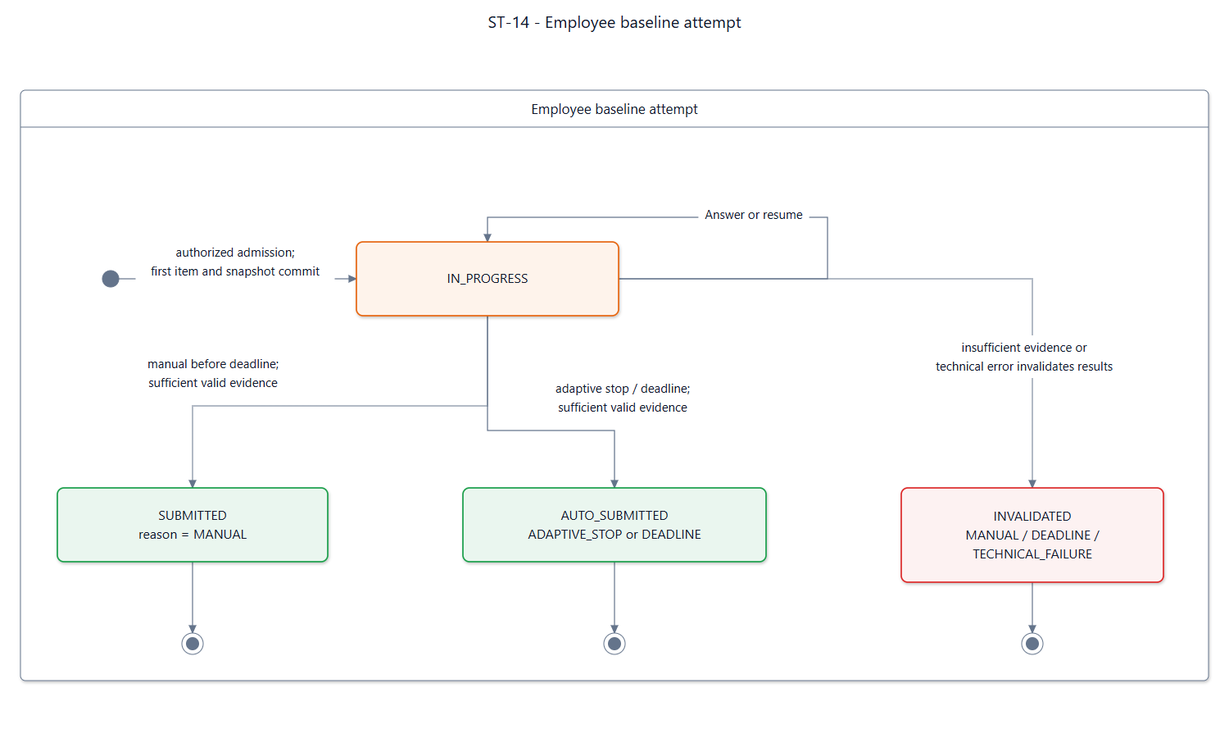
Earlier version of the Mermaid export documents/diagrams/mermaid/st-14.png (SEP490-Fall-2026-GFA26SE64/SEP490). Its source is kept beside it as documents/diagrams/mermaid/st-14.mmd.
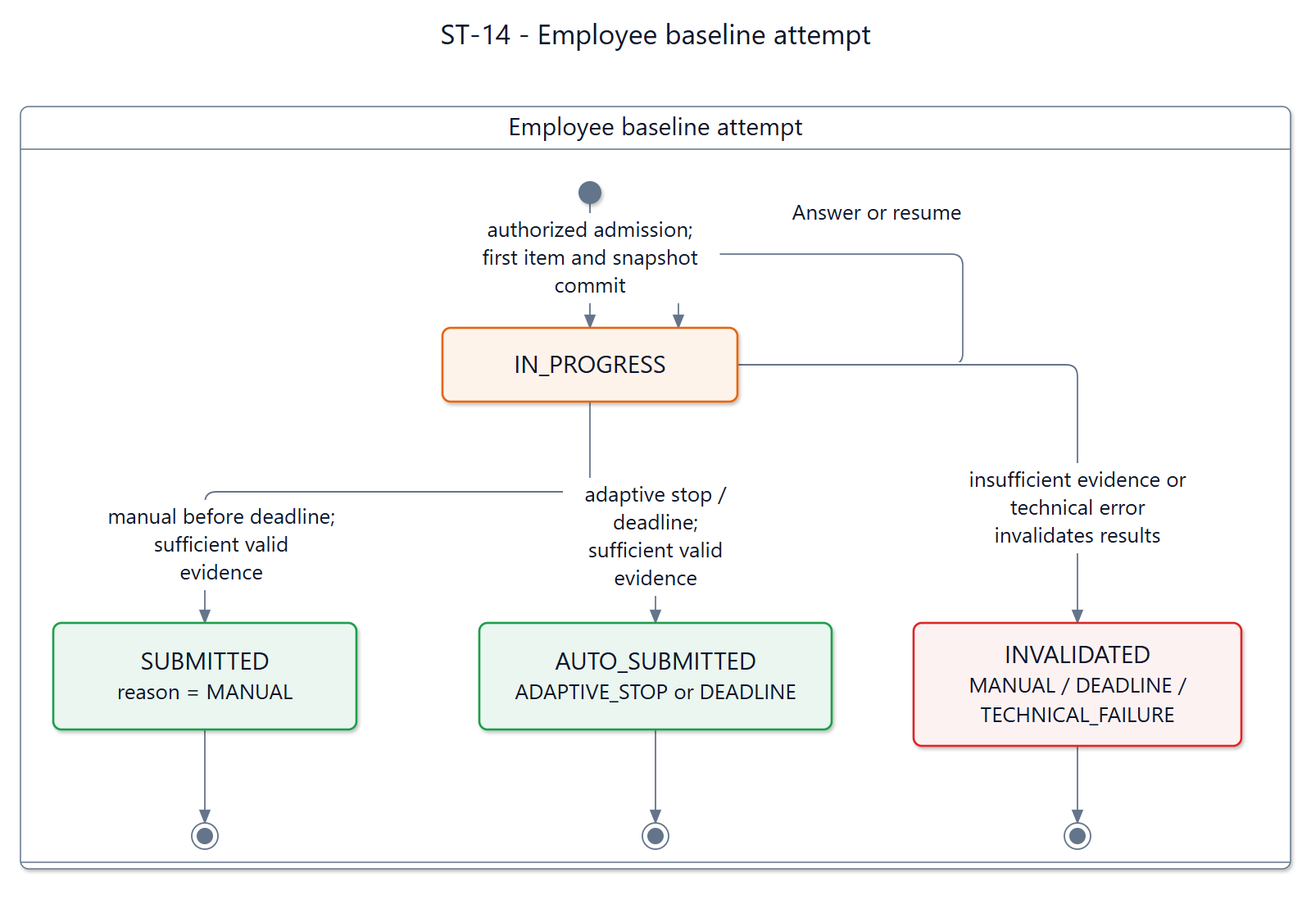
The same file after the commit.

The edit, as a diff of the source:
```diff
@@ -1,27 +1,26 @@
 ---
-title: "ST-14 - Adaptive attempt (persisted state and reason)"
+title: "ST-14 - Employee baseline attempt"
 config: {"theme":"base","fontFamily":"Segoe UI, Arial, sans-serif","themeVariables":{"fontFamily":"Segoe UI, Arial, sans-serif","fontSize":"16px","primaryColor":"#ffffff","primaryTextColor":"#0f1729","primaryBorderColor":"#64748b","secondaryColor":"#fef3eb","tertiaryColor":"#ffffff","lineColor":"#64748b","textColor":"#0f1729","mainBkg":"#ffffff","background":"#ffffff","clusterBkg":"#ffffff","clusterBorder":"#64748b","edgeLabelBackground":"#ffffff","titleColor":"#0f1729","noteBkgColor":"#fef3eb","noteTextColor":"#0f1729","noteBorderColor":"#e6650f","labelColor":"#0f1729","compositeBackground":"#ffffff","compositeTitleBackground":"#ffffff","compositeBorder":"#64748b","altBackground":"#ffffff","nodeBorder":"#64748b","nodeTextColor":"#0f1729","cScale0":"#ffffff","cScaleLabel0":"#0f1729","cScale1":"#ffffff","cScaleLabel1":"#0f1729","cScale2":"#ffffff","cScaleLabel2":"#0f1729","cScale3":"#ffffff","cScaleLabel3":"#0f1729","cScale4":"#ffffff","cScaleLabel4":"#0f1729","cScale5":"#ffffff","cScaleLabel5":"#0f1729","cScale6":"#ffffff","cScaleLabel6":"#0f1729","cScale7":"#ffffff","cScaleLabel7":"#0f1729","cScale8":"#ffffff","cScaleLabel8":"#0f1729","cScale9":"#ffffff","cScaleLabel9":"#0f1729","cScale10":"#ffffff","cScaleLabel10":"#0f1729","cScale11":"#ffffff","cScaleLabel11":"#0f1729","secondaryBorderColor":"#64748b","tertiaryBorderColor":"#64748b","secondaryTextColor":"#0f1729","tertiaryTextColor":"#0f1729"},"state":{"nodeSpacing":42,"rankSpacing":64,"padding":16,"fontSize":16,"wrappingWidth":250}}
 ---
 stateDiagram-v2
-  state "IN_PROGRESS" as SDD_ST_14_IN_PROGRESS
-  state "SUBMITTED" as SDD_ST_14_SUBMITTED
-  state "AUTO_SUBMITTED" as SDD_ST_14_AUTO_SUBMITTED
-  state "INVALIDATED" as SDD_ST_14_INVALIDATED
-  [*] --> SDD_ST_14_IN_PROGRESS : successful admission and first item commit
-  SDD_ST_14_IN_PROGRESS --> SDD_ST_14_IN_PROGRESS : accepted answer / resume
-  SDD_ST_14_IN_PROGRESS --> SDD_ST_14_SUBMITTED : MANUAL before deadline, sufficient evidence
-  SDD_ST_14_IN_PROGRESS --> SDD_ST_14_AUTO_SUBMITTED : ADAPTIVE_STOP or DEADLINE, sufficient<br/>evidence
-  SDD_ST_14_IN_PROGRESS --> SDD_ST_14_INVALIDATED : MANUAL / DEADLINE insufficient evidence
-  SDD_ST_14_IN_PROGRESS --> SDD_ST_14_INVALIDATED : TECHNICAL_FAILURE with explicit invalidation
-  SDD_ST_14_SUBMITTED --> [*]
-  SDD_ST_14_AUTO_SUBMITTED --> [*]
-  SDD_ST_14_INVALIDATED --> [*]
-
+  state "Employee baseline attempt" as Group0 {
+    state "IN_PROGRESS" as progress
+    state "SUBMITTED<br/>reason = MANUAL" as submitted
+    state "AUTO_SUBMITTED<br/>ADAPTIVE_STOP or DEADLINE" as auto
+    state "INVALIDATED<br/>MANUAL / DEADLINE /<br/>TECHNICAL_FAILURE" as invalid
+    [*] --> progress : authorized admission; first item and snapshot commit
+    progress --> progress : Answer or resume
+    progress --> submitted : manual before deadline; sufficient valid evidence
+    progress --> auto : adaptive stop / deadline; sufficient valid evidence
+    progress --> invalid : insufficient evidence or technical error invalidates results
+    submitted --> [*]
+    auto --> [*]
+    invalid --> [*]
+  }
   classDef accepted fill:#eaf6ef,stroke:#1a9e4a,color:#0f1729,stroke-width:1.5px
-  class SDD_ST_14_SUBMITTED,SDD_ST_14_AUTO_SUBMITTED accepted
-
   classDef attention fill:#fdf2f2,stroke:#dc2828,color:#0f1729,stroke-width:1.5px
-  class SDD_ST_14_INVALIDATED attention
-
   classDef working fill:#fef3eb,stroke:#e6650f,color:#0f1729,stroke-width:1.5px
-  class SDD_ST_14_IN_PROGRESS working
+  class progress working
+  class submitted accepted
+  class auto accepted
+  class invalid attention
```
